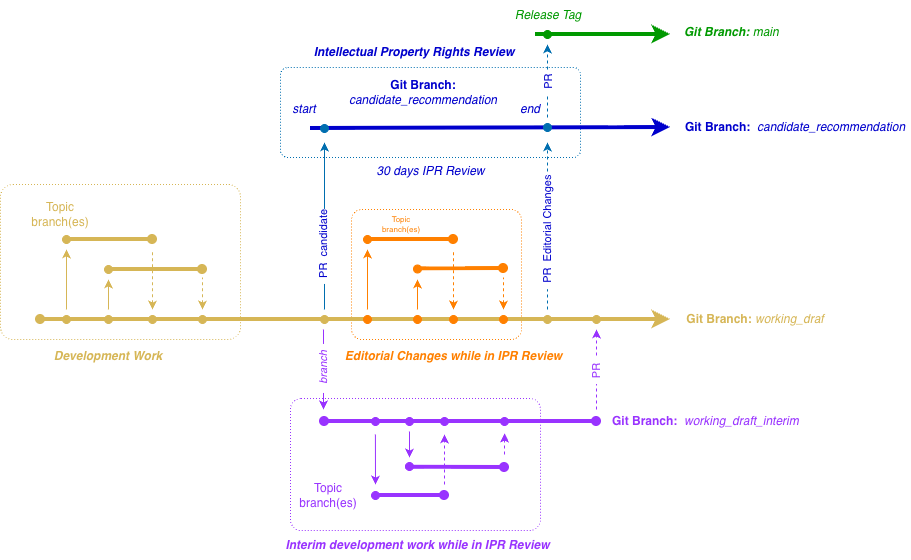
This is images/FOCUS-Process-w3c-git-flow-revision.drawio.png from FinOps-Open-Cost-and-Usage-Spec/foundation, a draw.io export, as it was before one commit. Source tidied: cells renumbered, new cells last; positions are measured from the earlier drawing's top-left corner, leaving out a move shared by most shapes.
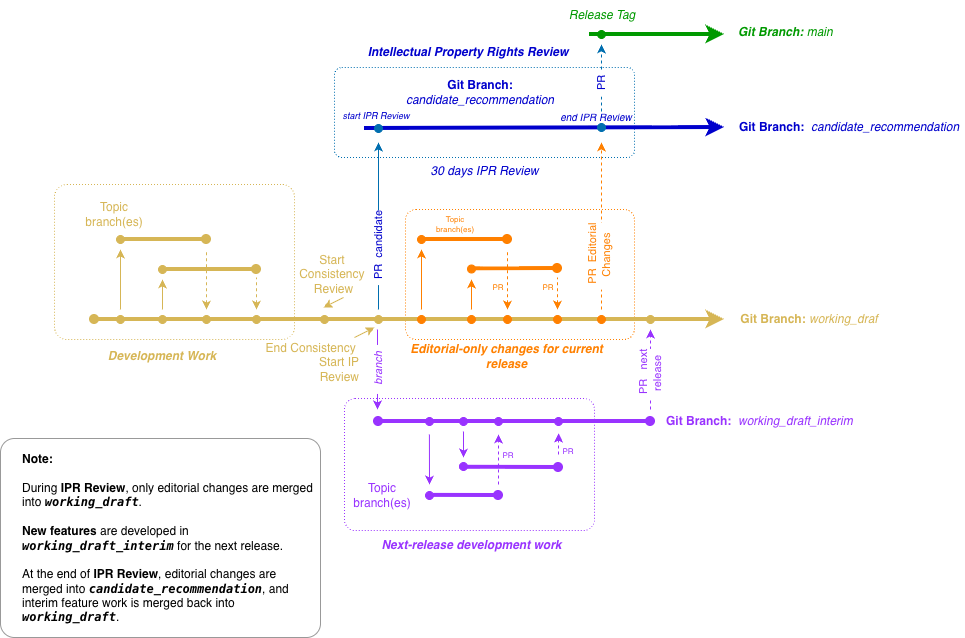
The same file after the commit.

Change to the diagram source:
```diff
@@ -2,6 +2,9 @@
   <root>
     <mxCell id="0" />
     <mxCell id="1" parent="0" />
+    <mxCell id="78" style="rounded=1;whiteSpace=wrap;html=1;fontColor=none;noLabel=1;fillColor=none;strokeColor=#999999;arcSize=7;" parent="1" vertex="1">
+      <mxGeometry x="-54" y="438" width="320" height="199" as="geometry" />
+    </mxCell>
     <mxCell id="2" style="rounded=1;whiteSpace=wrap;html=1;fillColor=none;strokeColor=#9933FF;dashed=1;dashPattern=1 2;arcSize=8;" parent="1" vertex="1">
       <mxGeometry x="290" y="398" width="250" height="132" as="geometry" />
     </mxCell>
@@ -9,7 +12,7 @@
       <mxGeometry x="280" y="67" width="300" height="90" as="geometry" />
     </mxCell>
     <mxCell id="4" style="rounded=1;whiteSpace=wrap;html=1;fillColor=none;strokeColor=#FF8000;dashed=1;dashPattern=1 2;arcSize=8;" parent="1" vertex="1">
-      <mxGeometry x="351" y="209" width="170" height="130" as="geometry" />
+      <mxGeometry x="351" y="209" width="229" height="130" as="geometry" />
     </mxCell>
     <mxCell id="5" style="rounded=1;whiteSpace=wrap;html=1;fillColor=none;strokeColor=#D6B656;dashed=1;dashPattern=1 2;arcSize=8;" parent="1" vertex="1">
       <mxGeometry y="184" width="240" height="155" as="geometry" />
@@ -30,7 +33,7 @@
       <mxGeometry x="680" y="304" width="150" height="30" as="geometry" />
     </mxCell>
     <mxCell id="9" value="&lt;b&gt;Git Branch:&lt;br&gt;&lt;/b&gt;&lt;i&gt;candidate_recommendation&lt;/i&gt;" style="text;html=1;strokeColor=none;fillColor=none;align=center;verticalAlign=middle;whiteSpace=wrap;rounded=0;fontColor=#0000CC;" parent="1" vertex="1">
-      <mxGeometry x="338" y="77" width="170" height="30" as="geometry" />
+      <mxGeometry x="341" y="77" width="170" height="30" as="geometry" />
     </mxCell>
     <mxCell id="10" style="ellipse;whiteSpace=wrap;html=1;fillColor=#D6B656;fontColor=#ffffff;strokeColor=#D6B656;" parent="1" vertex="1">
       <mxGeometry x="198" y="315" width="8" height="8" as="geometry" />
@@ -102,11 +105,11 @@
         <mxPoint x="202" y="277" as="targetPoint" />
       </mxGeometry>
     </mxCell>
-    <mxCell id="25" value="start" style="text;html=1;whiteSpace=wrap;strokeColor=none;fillColor=none;align=center;verticalAlign=middle;rounded=0;fontStyle=2;fontColor=#0000CC;" parent="1" vertex="1">
-      <mxGeometry x="274" y="94" width="60" height="30" as="geometry" />
+    <mxCell id="25" value="start IPR Review" style="text;html=1;whiteSpace=wrap;strokeColor=none;fillColor=none;align=center;verticalAlign=middle;rounded=0;fontStyle=2;fontColor=#0000CC;fontSize=9;" parent="1" vertex="1">
+      <mxGeometry x="274" y="101" width="96" height="30" as="geometry" />
     </mxCell>
-    <mxCell id="26" value="end" style="text;html=1;whiteSpace=wrap;strokeColor=none;fillColor=none;align=center;verticalAlign=middle;rounded=0;fontStyle=2;fontColor=#0000CC;" parent="1" vertex="1">
-      <mxGeometry x="500" y="94" width="60" height="30" as="geometry" />
+    <mxCell id="26" value="end IPR Review" style="text;html=1;whiteSpace=wrap;strokeColor=none;fillColor=none;align=center;verticalAlign=middle;rounded=0;fontStyle=2;fontColor=#0000CC;fontSize=10;" parent="1" vertex="1">
+      <mxGeometry x="492" y="101" width="100" height="30" as="geometry" />
     </mxCell>
     <mxCell id="27" value="30 days IPR Review" style="text;html=1;whiteSpace=wrap;strokeColor=none;fillColor=none;align=center;verticalAlign=middle;rounded=0;fontStyle=2;fontColor=#0000CC;" parent="1" vertex="1">
       <mxGeometry x="371.5" y="156" width="117" height="30" as="geometry" />
@@ -204,7 +207,7 @@
         <mxPoint x="453" y="239" as="targetPoint" />
       </mxGeometry>
     </mxCell>
-    <mxCell id="49" value="Editorial Changes while in IPR Review" style="text;html=1;whiteSpace=wrap;strokeColor=none;fillColor=none;align=center;verticalAlign=middle;rounded=0;fontColor=#FF8000;fontStyle=3;" parent="1" vertex="1">
+    <mxCell id="49" value="Editorial-only changes for current release" style="text;html=1;whiteSpace=wrap;strokeColor=none;fillColor=none;align=center;verticalAlign=middle;rounded=0;fontColor=#FF8000;fontStyle=3;" parent="1" vertex="1">
       <mxGeometry x="339.5" y="341" width="227" height="30" as="geometry" />
     </mxCell>
     <mxCell id="50" style="endArrow=classic;html=1;rounded=0;endFill=1;strokeColor=#FF8000;" parent="1" edge="1">
@@ -246,17 +249,19 @@
     <mxCell id="57" style="ellipse;whiteSpace=wrap;html=1;fillColor=#D6B656;fontColor=#ffffff;strokeColor=#D6B656;" parent="1" vertex="1">
       <mxGeometry x="320" y="315" width="8" height="8" as="geometry" />
     </mxCell>
-    <mxCell id="58" style="ellipse;whiteSpace=wrap;html=1;fillColor=#D6B656;fontColor=#ffffff;strokeColor=#D6B656;" parent="1" vertex="1">
+    <mxCell id="58" style="ellipse;whiteSpace=wrap;html=1;fillColor=#FF8000;fontColor=#ffffff;strokeColor=#FF8000;" parent="1" vertex="1">
       <mxGeometry x="543" y="315" width="8" height="8" as="geometry" />
     </mxCell>
-    <mxCell id="59" style="endArrow=classic;dashed=1;html=1;strokeWidth=1;rounded=0;endFill=1;startArrow=none;startFill=0;strokeColor=#006EAF;fontColor=#0000CC;" parent="1" edge="1">
+    <mxCell id="59" style="endArrow=classic;dashed=1;html=1;strokeWidth=1;rounded=0;endFill=1;startArrow=none;startFill=0;strokeColor=#FF8000;fontColor=#FF8000;" parent="1" edge="1">
       <mxGeometry relative="1" as="geometry">
         <mxPoint x="547" y="309" as="sourcePoint" />
         <mxPoint x="547" y="142" as="targetPoint" />
       </mxGeometry>
     </mxCell>
-    <mxCell id="60" value="&amp;nbsp; PR&amp;nbsp; Editorial Changes" style="edgeLabel;html=1;align=center;verticalAlign=middle;rotation=-90;fontColor=#0000CC;" parent="59" vertex="1">
-      <mxGeometry x="-0.09" y="1" relative="1" as="geometry" />
+    <mxCell id="60" value="&amp;nbsp; PR&amp;nbsp; Editoria&lt;span style=&quot;background-color: light-dark(#ffffff, var(--ge-dark-color, #121212)); color: light-dark(rgb(255, 128, 0), rgb(206, 97, 0));&quot;&gt;l&lt;/span&gt;&lt;div&gt;&lt;span style=&quot;background-color: light-dark(#ffffff, var(--ge-dark-color, #121212)); color: light-dark(rgb(255, 128, 0), rgb(206, 97, 0));&quot;&gt;&amp;nbsp;Changes&lt;/span&gt;&lt;/div&gt;" style="edgeLabel;html=1;align=center;verticalAlign=middle;rotation=-90;fontColor=#FF8000;" parent="59" vertex="1">
+      <mxGeometry x="-0.09" y="1" relative="1" as="geometry">
+        <mxPoint x="-1" y="24" as="offset" />
+      </mxGeometry>
     </mxCell>
     <mxCell id="61" style="ellipse;whiteSpace=wrap;html=1;fillColor=#009900;fontColor=#ffffff;strokeColor=#009900;" parent="1" vertex="1">
       <mxGeometry x="543" y="30" width="8" height="8" as="geometry" />
@@ -270,9 +275,9 @@
         <mxPoint x="596" y="329" as="targetPoint" />
       </mxGeometry>
     </mxCell>
-    <mxCell id="64" value="&amp;nbsp; PR&amp;nbsp;&amp;nbsp;" style="edgeLabel;html=1;align=center;verticalAlign=middle;rotation=-90;fontColor=#9933FF;" parent="63" vertex="1">
+    <mxCell id="64" value="&amp;nbsp; PR&amp;nbsp; &amp;nbsp;next&lt;div&gt;&amp;nbsp;release&lt;/div&gt;" style="edgeLabel;html=1;align=center;verticalAlign=middle;rotation=-90;fontColor=#9933FF;" parent="63" vertex="1">
       <mxGeometry x="-0.02" relative="1" as="geometry">
-        <mxPoint x="-1" y="2" as="offset" />
+        <mxPoint y="5" as="offset" />
       </mxGeometry>
     </mxCell>
     <mxCell id="65" style="ellipse;whiteSpace=wrap;html=1;fillColor=#D6B656;fontColor=#ffffff;strokeColor=#D6B656;" parent="1" vertex="1">
@@ -308,7 +313,7 @@
     <mxCell id="74" value="Topic&lt;div&gt;branch(es)&lt;/div&gt;" style="text;html=1;whiteSpace=wrap;strokeColor=none;fillColor=none;align=center;verticalAlign=middle;rounded=0;fontSize=8;fontColor=#FF8000;" parent="1" vertex="1">
       <mxGeometry x="371" y="209" width="60" height="30" as="geometry" />
     </mxCell>
-    <mxCell id="75" value="Interim development work while in IPR Review" style="text;html=1;whiteSpace=wrap;strokeColor=none;fillColor=none;align=center;verticalAlign=middle;rounded=0;fontColor=#9933FF;fontStyle=3;" parent="1" vertex="1">
+    <mxCell id="75" value="Next-release development work" style="text;html=1;whiteSpace=wrap;strokeColor=none;fillColor=none;align=center;verticalAlign=middle;rounded=0;fontColor=#9933FF;fontStyle=3;" parent="1" vertex="1">
       <mxGeometry x="284" y="530" width="267" height="30" as="geometry" />
     </mxCell>
     <mxCell id="76" value="&lt;b style=&quot;&quot;&gt;Git Branch:&amp;nbsp;&amp;nbsp;&lt;/b&gt;&lt;i&gt;candidate_recommendation&lt;/i&gt;" style="text;html=1;strokeColor=none;fillColor=none;align=center;verticalAlign=middle;whiteSpace=wrap;rounded=0;fontColor=#0000CC;" parent="1" vertex="1">
@@ -317,5 +322,41 @@
     <mxCell id="77" value="Development Work" style="text;html=1;whiteSpace=wrap;strokeColor=none;fillColor=none;align=center;verticalAlign=middle;rounded=0;fontColor=#D6B656;fontStyle=3;" parent="1" vertex="1">
       <mxGeometry x="52" y="341" width="112" height="30" as="geometry" />
     </mxCell>
+    <mxCell id="79" value="PR" style="text;html=1;whiteSpace=wrap;strokeColor=none;fillColor=none;align=center;verticalAlign=middle;rounded=0;fontSize=8;fontColor=#FF8000;" parent="1" vertex="1">
+      <mxGeometry x="431" y="279" width="26" height="15" as="geometry" />
+    </mxCell>
+    <mxCell id="80" value="PR" style="text;html=1;whiteSpace=wrap;strokeColor=none;fillColor=none;align=center;verticalAlign=middle;rounded=0;fontSize=8;fontColor=#FF8000;" parent="1" vertex="1">
+      <mxGeometry x="481" y="279" width="26" height="15" as="geometry" />
+    </mxCell>
+    <mxCell id="81" value="PR" style="text;html=1;whiteSpace=wrap;strokeColor=none;fillColor=none;align=center;verticalAlign=middle;rounded=0;fontSize=8;fontColor=#9933FF;" parent="1" vertex="1">
+      <mxGeometry x="441" y="447" width="26" height="15" as="geometry" />
+    </mxCell>
+    <mxCell id="82" value="PR" style="text;html=1;whiteSpace=wrap;strokeColor=none;fillColor=none;align=center;verticalAlign=middle;rounded=0;fontSize=8;fontColor=#9933FF;" parent="1" vertex="1">
+      <mxGeometry x="501" y="443" width="26" height="15" as="geometry" />
+    </mxCell>
+    <mxCell id="83" value="End&amp;nbsp;&lt;span style=&quot;background-color: transparent; color: light-dark(rgb(214, 182, 86), rgb(109, 81, 0));&quot;&gt;Consistency&amp;nbsp;&lt;/span&gt;&lt;div&gt;Start IP&lt;br&gt;Review&lt;/div&gt;" style="text;html=1;whiteSpace=wrap;strokeColor=none;fillColor=none;align=right;verticalAlign=middle;rounded=0;fontColor=#D6B656;" parent="1" vertex="1">
+      <mxGeometry x="198" y="347" width="109" height="30" as="geometry" />
+    </mxCell>
+    <mxCell id="84" style="endArrow=classic;html=1;rounded=0;strokeColor=#D6B656;" parent="1" edge="1">
+      <mxGeometry relative="1" as="geometry">
+        <mxPoint x="300" y="337" as="sourcePoint" />
+        <mxPoint x="320" y="327" as="targetPoint" />
+      </mxGeometry>
+    </mxCell>
+    <mxCell id="85" style="ellipse;whiteSpace=wrap;html=1;fillColor=#D6B656;fontColor=#ffffff;strokeColor=#D6B656;" parent="1" vertex="1">
+      <mxGeometry x="266" y="315" width="8" height="8" as="geometry" />
+    </mxCell>
+    <mxCell id="86" value="Start&amp;nbsp;&lt;div&gt;&lt;span style=&quot;background-color: transparent; color: light-dark(rgb(214, 182, 86), rgb(109, 81, 0));&quot;&gt;Consistency&amp;nbsp;&lt;/span&gt;&lt;div&gt;Review&lt;/div&gt;&lt;/div&gt;" style="text;html=1;whiteSpace=wrap;strokeColor=none;fillColor=none;align=center;verticalAlign=middle;rounded=0;fontColor=#D6B656;" parent="1" vertex="1">
+      <mxGeometry x="225" y="259" width="109" height="30" as="geometry" />
+    </mxCell>
+    <mxCell id="87" style="endArrow=classic;html=1;rounded=0;strokeColor=#D6B656;" parent="1" edge="1">
+      <mxGeometry relative="1" as="geometry">
+        <mxPoint x="289" y="297" as="sourcePoint" />
+        <mxPoint x="269" y="307" as="targetPoint" />
+      </mxGeometry>
+    </mxCell>
+    <mxCell id="88" value="&lt;div&gt;&lt;b&gt;Note:&lt;/b&gt;&lt;/div&gt;&lt;div&gt;&lt;br&gt;&lt;/div&gt;&lt;div&gt;During &lt;b&gt;IPR Review&lt;/b&gt;, only editorial changes are merged into &lt;code&gt;&lt;b&gt;&lt;i&gt;working_draft&lt;/i&gt;&lt;/b&gt;&lt;/code&gt;.&lt;br&gt;&lt;br&gt;&lt;b&gt;New features&lt;/b&gt; are developed in &lt;b&gt;&lt;i&gt;&lt;code&gt;working_draft_interim&lt;/code&gt; &lt;/i&gt;&lt;/b&gt;for the next release.&lt;br&gt;&lt;br&gt;At the end of &lt;b&gt;IPR Review&lt;/b&gt;, editorial changes are merged into &lt;code&gt;&lt;b&gt;&lt;i&gt;candidate_recommendation&lt;/i&gt;&lt;/b&gt;&lt;/code&gt;, and interim feature work is merged back into &lt;code&gt;&lt;b&gt;&lt;i&gt;working_draft&lt;/i&gt;&lt;/b&gt;&lt;/code&gt;.&lt;/div&gt;" style="text;html=1;whiteSpace=wrap;strokeColor=none;fillColor=none;align=left;verticalAlign=middle;rounded=0;fontSize=12;labelBorderColor=none;" parent="1" vertex="1">
+      <mxGeometry x="-34" y="450" width="300" height="175" as="geometry" />
+    </mxCell>
   </root>
 </mxGraphModel>
```
